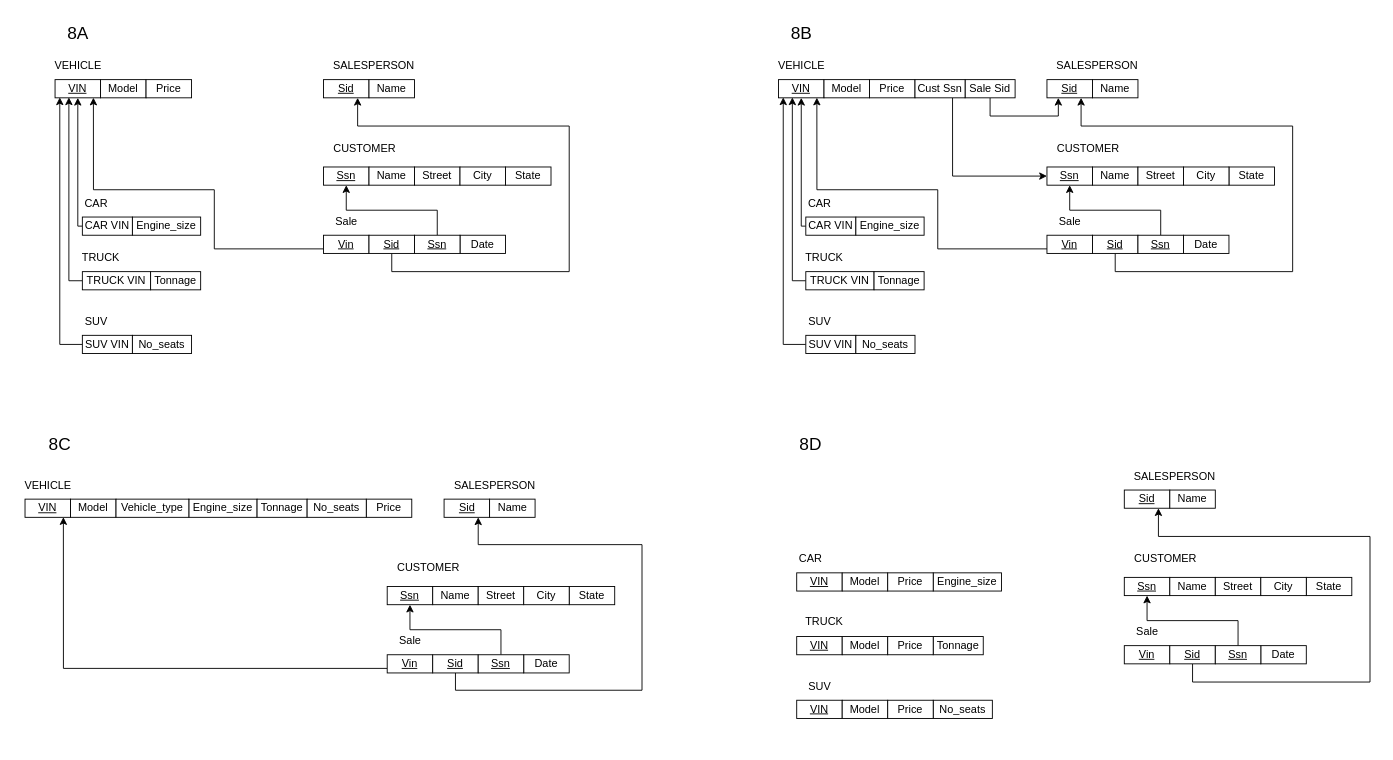
Before: assignment3/Question2.drawio in shivamdesai04/ENSF300, a draw.io diagram. Source tidied: cells renumbered, new cells numbered last; positions are measured from the earlier drawing's top-left corner, leaving out a move shared by most shapes. Both pictures are drawn from the tidied source at 91%, with x=0, y=0 at pixel (15, 15).
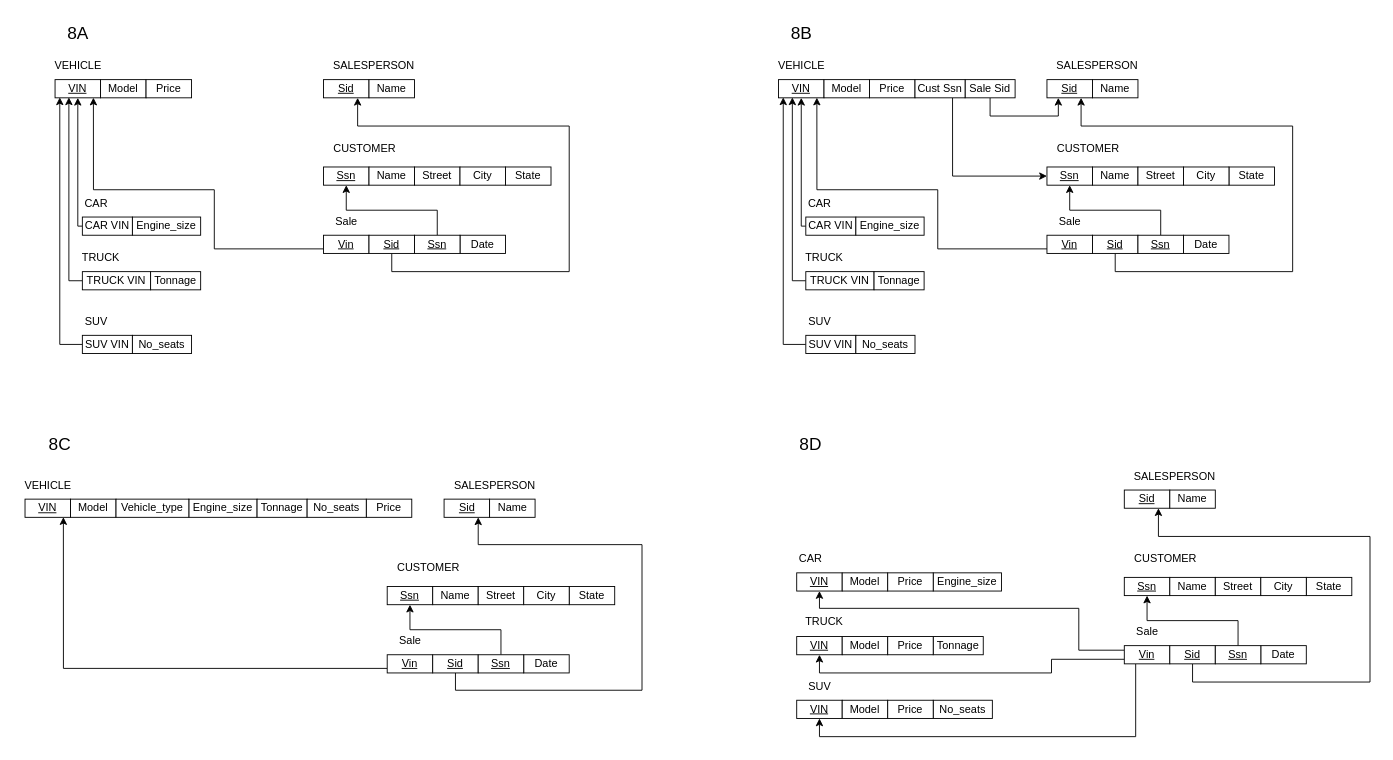
Above is the later version.

The change refers to these unchanged cells:
```xml
<mxCell id="117" value="&lt;u&gt;Vin&lt;/u&gt;" style="whiteSpace=wrap;html=1;" parent="1" vertex="1">
  <mxGeometry x="1218" y="692" width="50" height="20" as="geometry" />
</mxCell>
<mxCell id="123" value="&lt;u&gt;VIN&lt;/u&gt;" style="whiteSpace=wrap;html=1;" parent="1" vertex="1">
  <mxGeometry x="858" y="612" width="50" height="20" as="geometry" />
</mxCell>
<mxCell id="126" value="&lt;u&gt;VIN&lt;/u&gt;" style="whiteSpace=wrap;html=1;" parent="1" vertex="1">
  <mxGeometry x="858" y="682" width="50" height="20" as="geometry" />
</mxCell>
<mxCell id="129" value="&lt;u&gt;VIN&lt;/u&gt;" style="whiteSpace=wrap;html=1;" parent="1" vertex="1">
  <mxGeometry x="858" y="752" width="50" height="20" as="geometry" />
</mxCell>
```

Change to the diagram source:
```diff
@@
+    <mxCell id="132" style="edgeStyle=orthogonalEdgeStyle;rounded=0;jettySize=auto;html=1;exitX=0;exitY=0.25;exitDx=0;exitDy=0;entryX=0.5;entryY=1;entryDx=0;entryDy=0;" parent="1" edge="1" source="117" target="123">
+      <mxGeometry relative="1" as="geometry">
+        <Array as="points">
+          <mxPoint x="1168" y="697" />
+          <mxPoint x="1168" y="651" />
+          <mxPoint x="883" y="651" />
+        </Array>
+      </mxGeometry>
+    </mxCell>
+    <mxCell id="133" style="edgeStyle=orthogonalEdgeStyle;rounded=0;jettySize=auto;html=1;exitX=0;exitY=0.75;exitDx=0;exitDy=0;entryX=0.5;entryY=1;entryDx=0;entryDy=0;" parent="1" edge="1" source="117" target="126">
+      <mxGeometry relative="1" as="geometry">
+        <Array as="points">
+          <mxPoint x="1138" y="707" />
+          <mxPoint x="1138" y="722" />
+          <mxPoint x="883" y="722" />
+        </Array>
+      </mxGeometry>
+    </mxCell>
+    <mxCell id="134" style="edgeStyle=orthogonalEdgeStyle;rounded=0;jettySize=auto;html=1;exitX=0.25;exitY=1;exitDx=0;exitDy=0;entryX=0.5;entryY=1;entryDx=0;entryDy=0;" parent="1" edge="1" source="117" target="129">
+      <mxGeometry relative="1" as="geometry" />
+    </mxCell>
```
